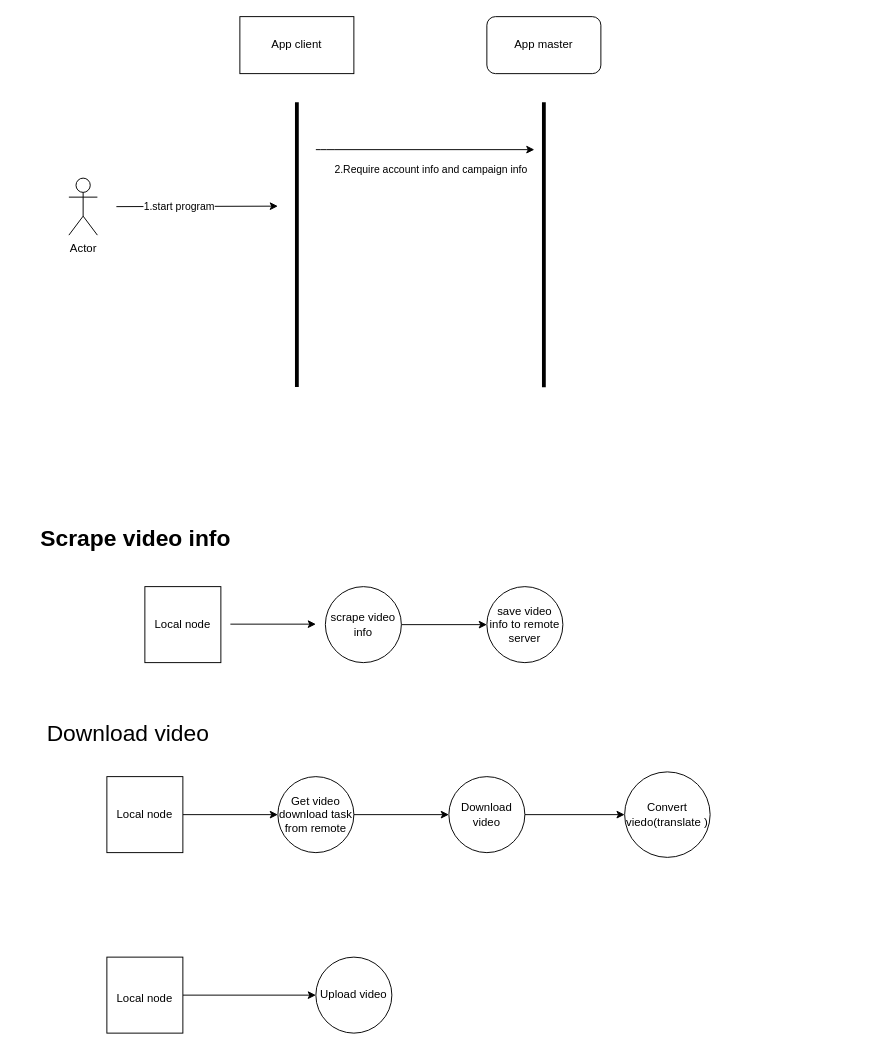
Earlier version of the draw.io diagram doc/youtube.drawio (robertzengcn/social-marketing). Source tidied: cells renumbered, new cells numbered last; positions are measured from the earlier drawing's top-left corner, leaving out a move shared by most shapes. Both pictures are drawn from the tidied source at 95%, with x=0, y=0 at pixel (16, 16).
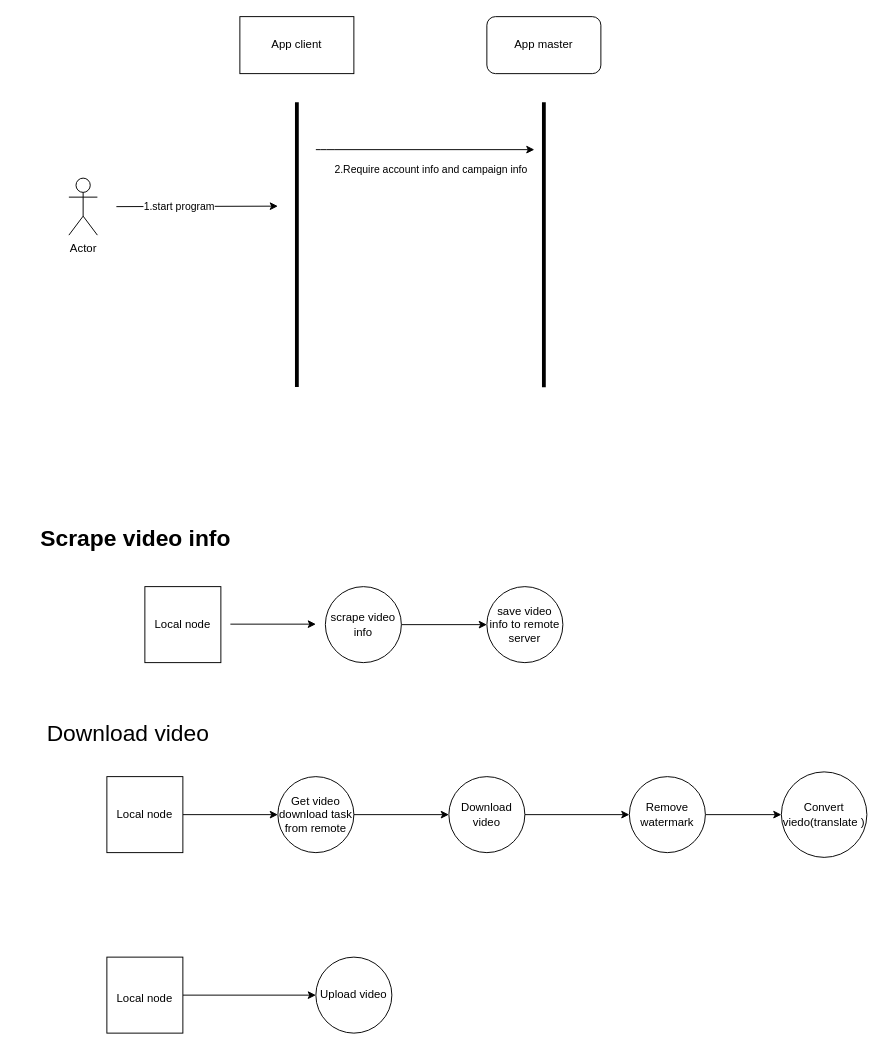
The same diagram, later.

Unchanged cells that the change refers to:
```xml
<mxCell id="22" value="Download video" style="ellipse;whiteSpace=wrap;html=1;" parent="1" vertex="1">
  <mxGeometry x="455" y="800" width="80" height="80" as="geometry" />
</mxCell>
```

What changed in the source:
```diff
@@
-    <mxCell id="21" style="edgeStyle=none;html=1;exitX=1;exitY=0.5;exitDx=0;exitDy=0;" parent="1" edge="1" source="22" target="24">
-      <mxGeometry relative="1" as="geometry" />
-    </mxCell>
+    <mxCell id="28" style="edgeStyle=none;html=1;" parent="1" edge="1" source="22" target="30">
+      <mxGeometry relative="1" as="geometry" />
+    </mxCell>
@@
     <mxCell id="24" value="Convert viedo(translate&amp;nbsp;)" style="ellipse;whiteSpace=wrap;html=1;" parent="1" vertex="1">
-      <mxGeometry x="640" y="795" width="90" height="90" as="geometry" />
+      <mxGeometry x="805" y="795" width="90" height="90" as="geometry" />
     </mxCell>
@@
+    <mxCell id="29" style="edgeStyle=none;html=1;exitX=1;exitY=0.5;exitDx=0;exitDy=0;" parent="1" edge="1" source="30" target="24">
+      <mxGeometry relative="1" as="geometry" />
+    </mxCell>
+    <mxCell id="30" value="Remove watermark" style="ellipse;whiteSpace=wrap;html=1;" parent="1" vertex="1">
+      <mxGeometry x="645" y="800" width="80" height="80" as="geometry" />
+    </mxCell>
```
